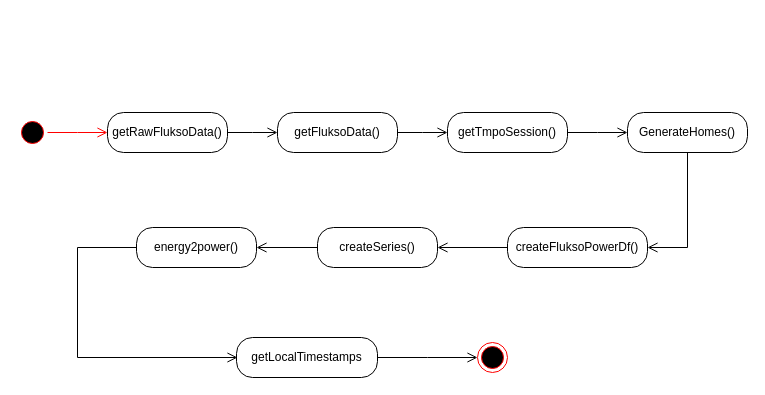
Above: page "acti diag backend" (6 of 8) of documentation/documentation_diagrams.drawio in AlexandreHnf/Voisin-d-energie-ULB (draw.io), before the change. Source tidied: cells renumbered, new cells numbered last; positions are measured from the earlier drawing's top-left corner, leaving out a move shared by most shapes. Both pictures are drawn from the tidied source at 100%, with x=0, y=0 at pixel (17, 112).
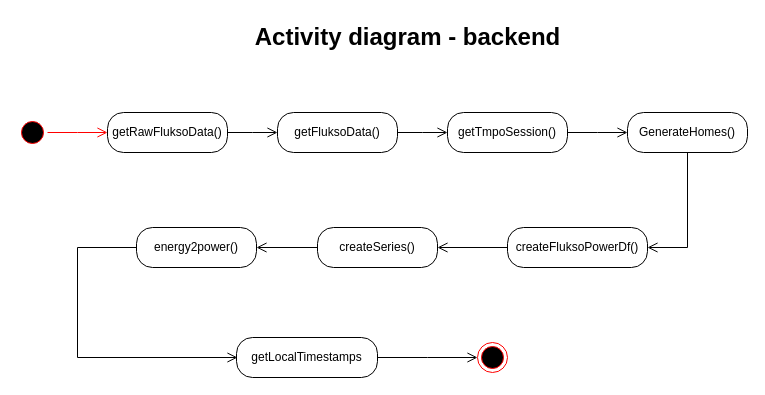
The same page after the edit.

Commit message (it also covers changes not shown here):
doc : general architecture backend

What changed in the source:
```diff
@@
+    <mxCell id="21" value="Activity diagram - backend" style="text;strokeColor=none;fillColor=none;html=1;fontSize=24;fontStyle=1;verticalAlign=middle;align=center;" parent="1" vertex="1">
+      <mxGeometry x="340" y="-95" width="100" height="40" as="geometry" />
+    </mxCell>
```
